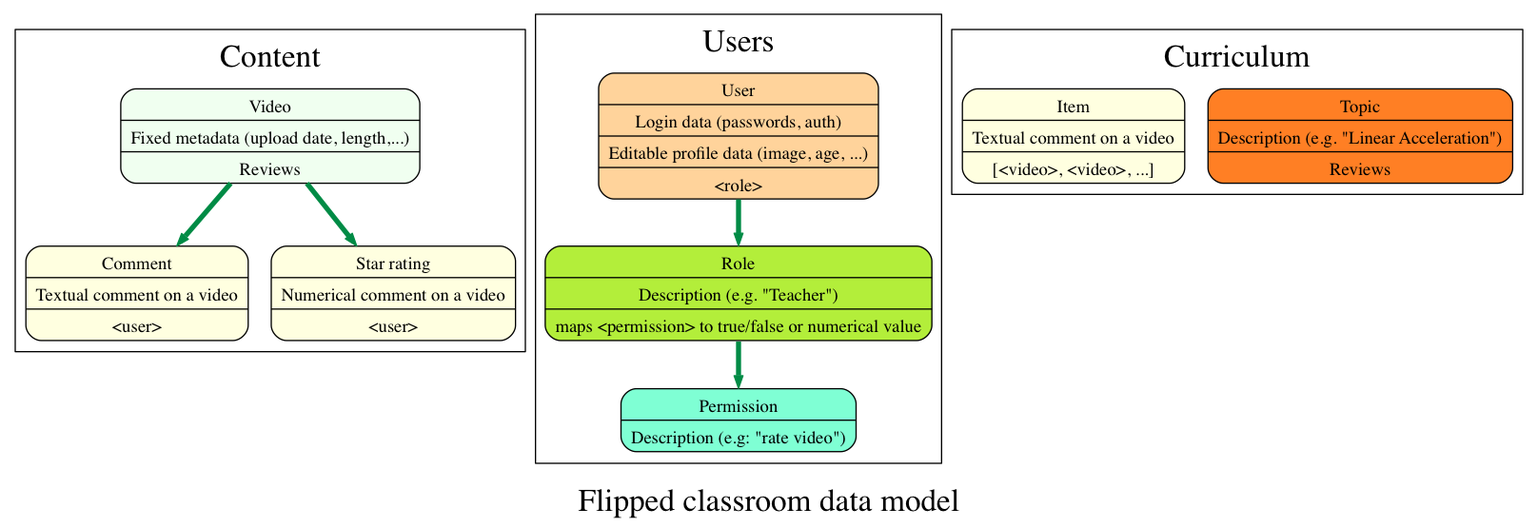
The Graphviz diagram img/components.png in pelegb/flip_classroom_hackathon, before a commit. Its source is kept beside it as components.dot.
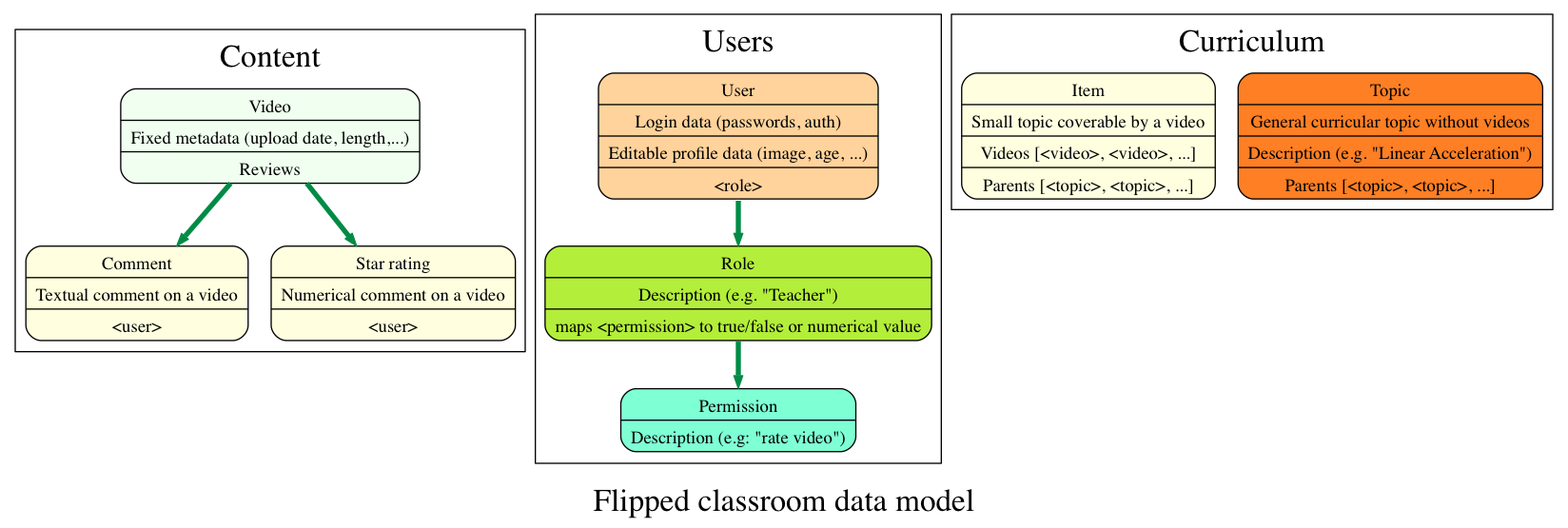
The same diagram one commit later.

The edit, as a diff of the source:
```diff
@@ -28,8 +28,8 @@
 		label = "Curriculum";
 		fontsize=25;
 
-		topic    [shape=Mrecord, 		style=filled, fillcolor=chocolate1, 			label = "{Topic  | Description (e.g. \"Linear Acceleration\") | <review> Reviews}"];
-		item     [shape=Mrecord, 		style=filled, fillcolor=lightyellow1, 		label = "{<title> Item | Textual comment on a video | \[\<video\>, \<video\>, ...\]}"];
+		topic    [shape=Mrecord, 		style=filled, fillcolor=chocolate1, 			label = "{Topic  | General curricular topic without videos| Description (e.g. \"Linear Acceleration\") | <parent> Parents \[\<topic\>, \<topic\>, ...\]}"];
+		item     [shape=Mrecord, 		style=filled, fillcolor=lightyellow1, 	    	label = "{<title> Item | Small topic coverable by a video | Videos \[\<video\>, \<video\>, ...\] | Parents \[\<topic\>, \<topic\>, ...\] }"];
 
 	}
 
```
